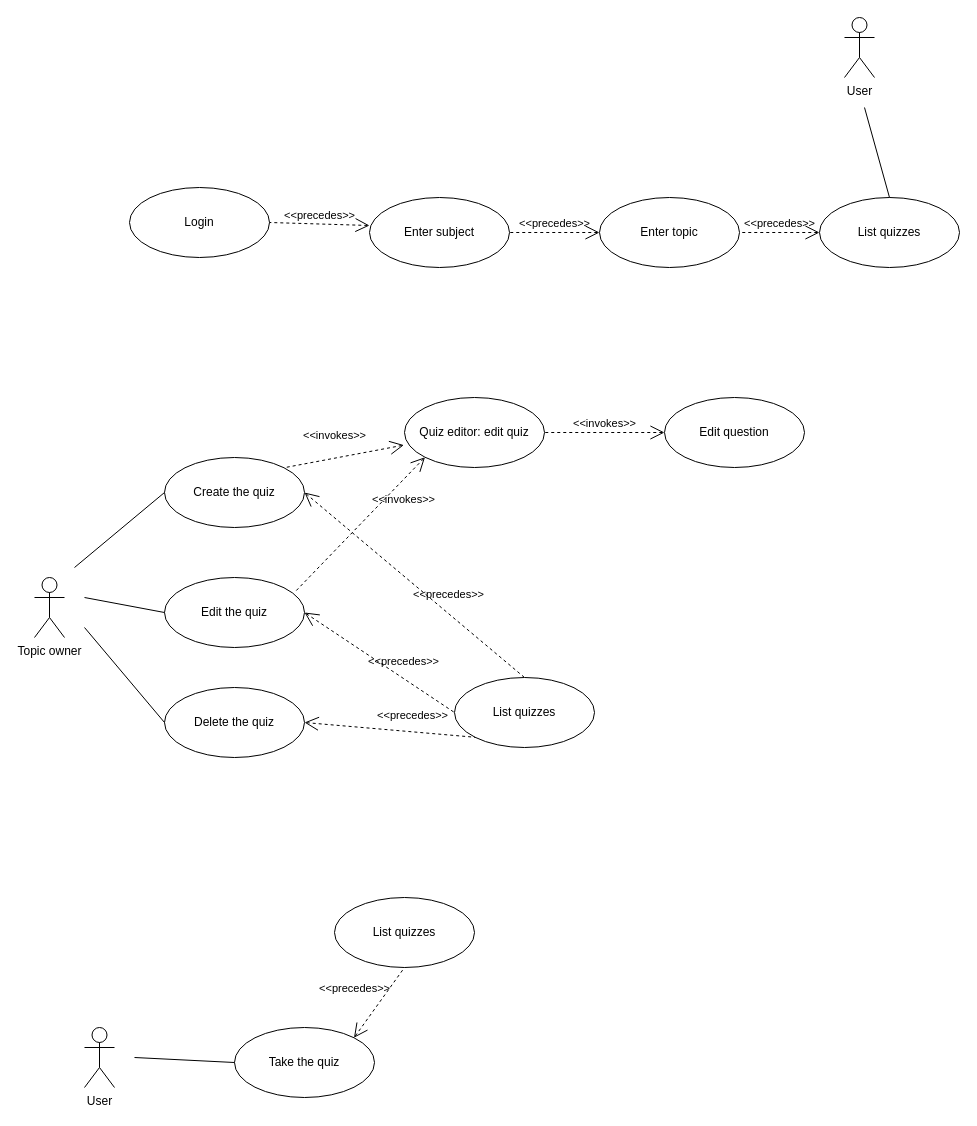
Before: lab3diags/use-cases.drawio in piatrashkakanstantinass/psi2, a draw.io diagram. Source tidied: cells renumbered, new cells numbered last; positions are measured from the earlier drawing's top-left corner, leaving out a move shared by most shapes. Both pictures are drawn from the tidied source at 100%, with x=0, y=0 at pixel (34, 17).
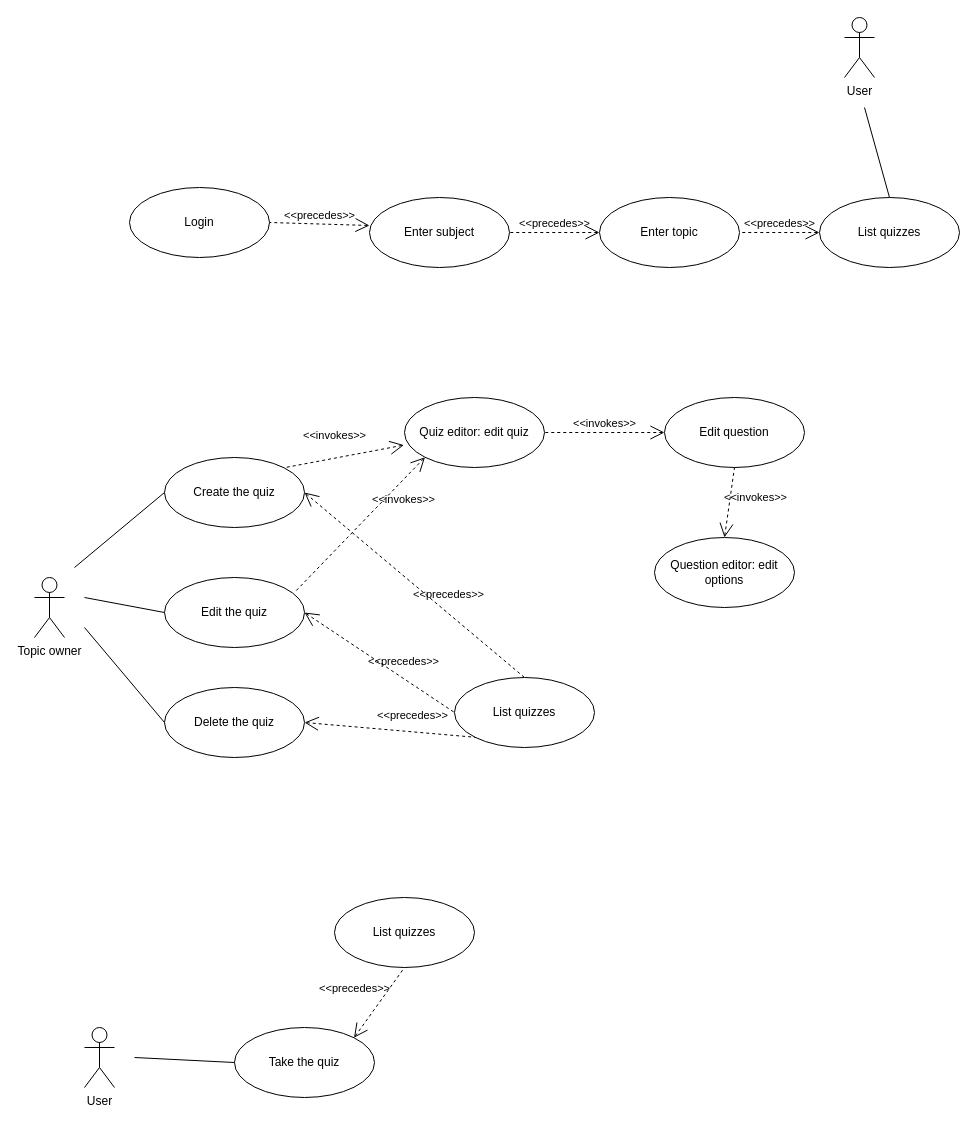
The same page after the edit.

Commit message (it also covers changes not shown here):
feat: finalize use cases

The change refers to these unchanged cells:
```xml
<mxCell id="23" value="Edit question" style="ellipse;whiteSpace=wrap;html=1;" parent="1" vertex="1">
  <mxGeometry x="630" y="380" width="140" height="70" as="geometry" />
</mxCell>
```

Change to the diagram source:
```diff
@@
+    <mxCell id="32" value="Question editor: edit options" style="ellipse;whiteSpace=wrap;html=1;" parent="1" vertex="1">
+      <mxGeometry x="620" y="520" width="140" height="70" as="geometry" />
+    </mxCell>
+    <mxCell id="33" value="&amp;lt;&amp;lt;invokes&amp;gt;&amp;gt;" style="edgeStyle=none;html=1;startArrow=open;endArrow=none;startSize=12;verticalAlign=bottom;dashed=1;labelBackgroundColor=none;entryX=0.5;entryY=1;entryDx=0;entryDy=0;exitX=0.5;exitY=0;exitDx=0;exitDy=0;" parent="1" edge="1" source="32" target="23">
+      <mxGeometry x="-0.04" y="-25" relative="1" as="geometry">
+        <mxPoint x="1" y="-1" as="offset" />
+      </mxGeometry>
+    </mxCell>
```
